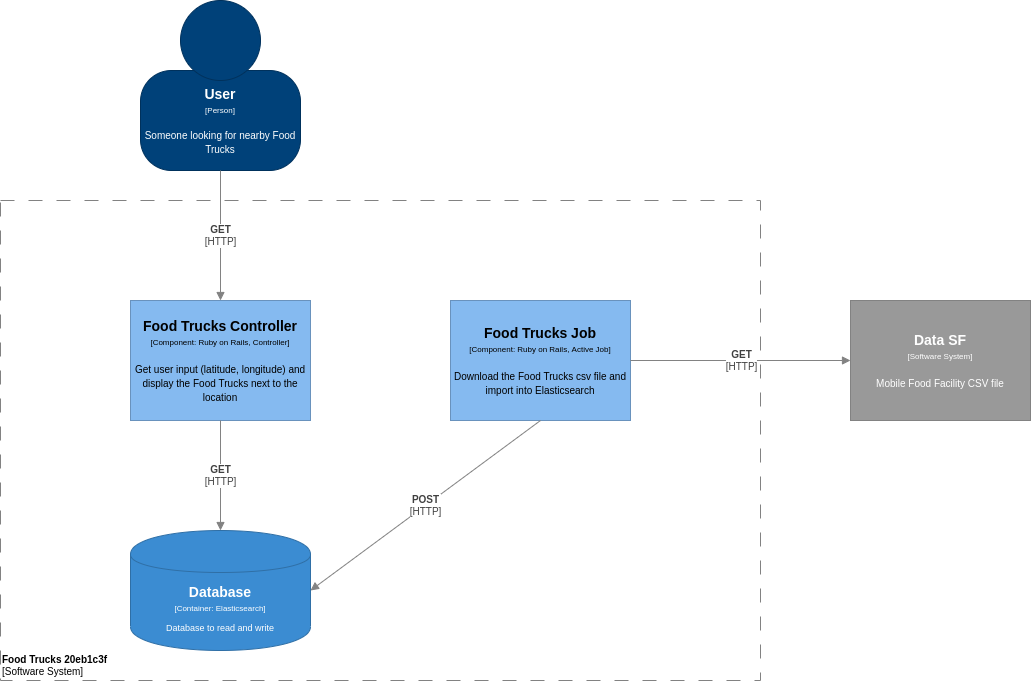
Before: .github/architecture.png, a diagram exported from draw.io (flaviogf/food_trucks_20eb1c3f). Source tidied: cells renumbered, new cells last; positions are measured from the earlier drawing's top-left corner, leaving out a move shared by most shapes.
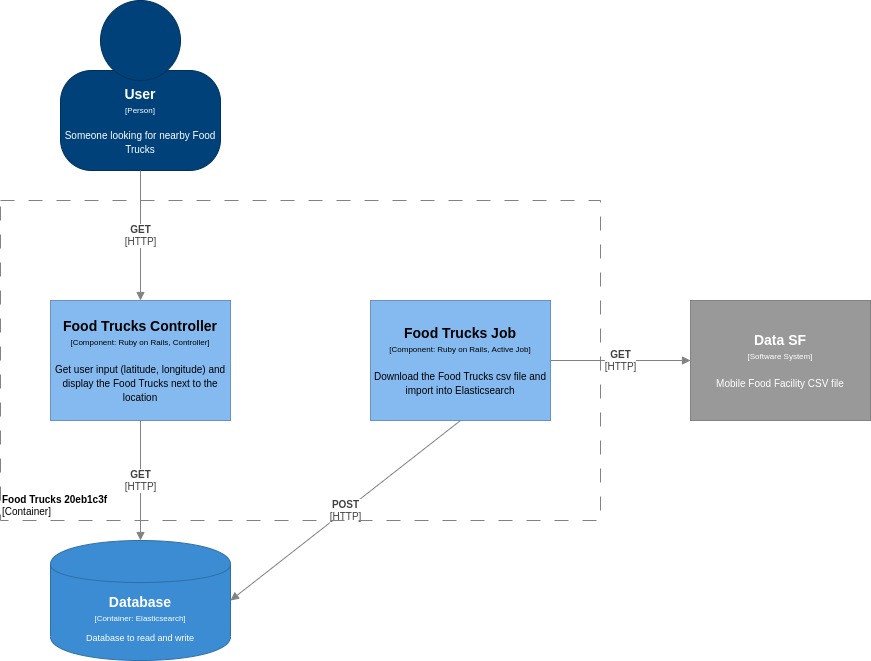
The same diagram one commit later.

What changed in the source:
```diff
@@ -2,11 +2,6 @@
   <root>
     <mxCell id="0" />
     <mxCell id="1" parent="0" />
-    <object id="2" label="&lt;font style=&quot;font-size: 10px&quot;&gt;&lt;b&gt;%name%&lt;/b&gt;&lt;br style=&quot;font-size: 10px&quot;&gt;[Software System]&lt;/font&gt;" name="Food Trucks 20eb1c3f" placeholders="1">
-      <mxCell style="rounded=0;whiteSpace=wrap;html=1;strokeColor=#828282;fontColor=#000000;align=left;labelPosition=center;verticalLabelPosition=middle;verticalAlign=bottom;strokeWidth=1;perimeterSpacing=0;spacing=2;spacingTop=0;fontSize=10;fillColor=none;dashed=1;dashPattern=14 14;" parent="1" vertex="1">
-        <mxGeometry y="200" width="760" height="480" as="geometry" />
-      </mxCell>
-    </object>
     <object id="3" label="&lt;div&gt;&lt;span style=&quot;font-size: 14px&quot;&gt;&lt;b&gt;%name%&lt;/b&gt;&lt;/span&gt;&lt;/div&gt;&lt;div&gt;&lt;span style=&quot;font-size: 8px&quot;&gt;[Component: %technology%]&lt;/span&gt;&lt;/div&gt;&lt;div&gt;&lt;span style=&quot;font-size: 8px&quot;&gt;&lt;br&gt;&lt;/span&gt;&lt;/div&gt;&lt;div&gt;&lt;font size=&quot;1&quot;&gt;%description%&lt;/font&gt;&lt;/div&gt;" description="Get user input (latitude, longitude) and display the Food Trucks next to the location" name="Food Trucks Controller" placeholders="1" technology="Ruby on Rails, Controller">
       <mxCell style="rounded=0;whiteSpace=wrap;html=1;fillColor=#85baf0;fontColor=#000000;strokeColor=#6992BD;" parent="1" vertex="1">
         <mxGeometry x="130" y="300" width="180" height="120" as="geometry" />
@@ -37,7 +32,7 @@
     </object>
     <object id="9" label="&lt;div style=&quot;color: rgb(255 , 255 , 255) ; white-space: normal&quot;&gt;&lt;span style=&quot;font-size: 14px&quot;&gt;&lt;b&gt;%name%&lt;/b&gt;&lt;/span&gt;&lt;/div&gt;&lt;div style=&quot;color: rgb(255 , 255 , 255) ; font-size: 12px ; white-space: normal&quot;&gt;&lt;font style=&quot;font-size: 8px&quot;&gt;[Container: %technology%]&lt;/font&gt;&lt;/div&gt;&lt;div style=&quot;color: rgb(255 , 255 , 255) ; white-space: normal ; font-size: 8px&quot;&gt;&lt;font style=&quot;line-height: 9.6px&quot;&gt;&lt;br&gt;&lt;/font&gt;&lt;/div&gt;&lt;div style=&quot;color: rgb(255 , 255 , 255) ; white-space: normal&quot;&gt;%description%&lt;/div&gt;" description="Database to read and write" name="Database" placeholders="1" technology="Elasticsearch">
       <mxCell style="shape=cylinder;whiteSpace=wrap;html=1;boundedLbl=1;backgroundOutline=1;strokeColor=#2F6FA6;strokeWidth=1;fillColor=#3B8CD2;fontSize=9;fontColor=#000000;align=center;" parent="1" vertex="1">
-        <mxGeometry x="130" y="530" width="180" height="120" as="geometry" />
+        <mxGeometry x="130" y="540" width="180" height="120" as="geometry" />
       </mxCell>
     </object>
     <object id="10" label="&lt;span style=&quot;font-size: 10px&quot;&gt;&lt;b&gt;%name%&lt;/b&gt;&lt;br&gt;[%technology%]&lt;br&gt;&lt;/span&gt;" name="GET" placeholders="1" technology="HTTP">
@@ -52,7 +47,7 @@
     </object>
     <object id="12" label="&lt;div&gt;&lt;span style=&quot;font-size: 14px&quot;&gt;&lt;b&gt;%name%&lt;/b&gt;&lt;/span&gt;&lt;/div&gt;&lt;div&gt;&lt;span style=&quot;font-size: 8px&quot;&gt;[Software System&lt;/span&gt;&lt;span style=&quot;font-size: 8px&quot;&gt;]&lt;/span&gt;&lt;/div&gt;&lt;div&gt;&lt;span style=&quot;font-size: 8px&quot;&gt;&lt;br&gt;&lt;/span&gt;&lt;/div&gt;&lt;div&gt;&lt;font size=&quot;1&quot;&gt;%description%&lt;/font&gt;&lt;/div&gt;" description="Mobile Food Facility CSV file" name="Data SF" placeholders="1">
       <mxCell style="rounded=0;whiteSpace=wrap;html=1;fillColor=#999999;fontColor=#FFFFFF;strokeColor=#828282;" parent="1" vertex="1">
-        <mxGeometry x="850" y="300" width="180" height="120" as="geometry" />
+        <mxGeometry x="770" y="300" width="180" height="120" as="geometry" />
       </mxCell>
     </object>
     <object id="13" label="&lt;span style=&quot;font-size: 10px&quot;&gt;&lt;b&gt;%name%&lt;/b&gt;&lt;br&gt;[%technology%]&lt;br&gt;&lt;/span&gt;" name="GET" placeholders="1" technology="HTTP">
@@ -60,5 +55,10 @@
         <mxGeometry relative="1" as="geometry" />
       </mxCell>
     </object>
+    <object id="14" label="&lt;font style=&quot;font-size: 10px&quot;&gt;&lt;b&gt;%name%&lt;/b&gt;&lt;br style=&quot;font-size: 10px&quot;&gt;[Container]&lt;/font&gt;" name="Food Trucks 20eb1c3f" placeholders="1">
+      <mxCell style="rounded=0;whiteSpace=wrap;html=1;strokeColor=#828282;fillColor=none;fontColor=#000000;align=left;labelPosition=center;verticalLabelPosition=middle;verticalAlign=bottom;dashed=1;strokeWidth=1;perimeterSpacing=0;spacing=2;spacingTop=0;fontSize=10;dashPattern=14 14;" parent="1" vertex="1">
+        <mxGeometry x="80" y="200" width="600" height="320" as="geometry" />
+      </mxCell>
+    </object>
   </root>
 </mxGraphModel>
```
